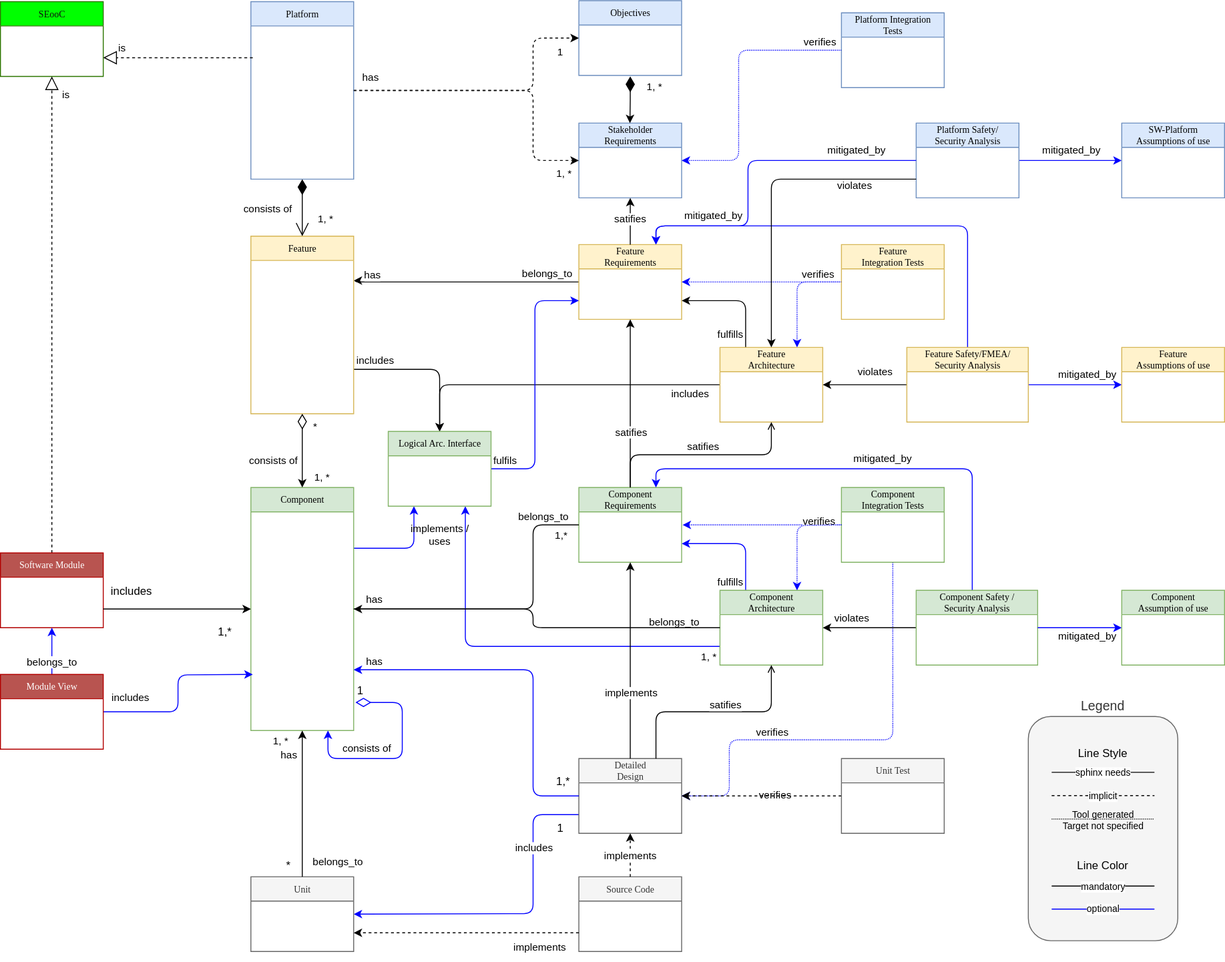
Before: pr-524/_images/score_building_blocks_meta_model.drawio.svg, a diagram exported from draw.io (eclipse-score/process_description). Source tidied: cells renumbered, new cells last; positions are measured from the earlier drawing's top-left corner, leaving out a move shared by most shapes.
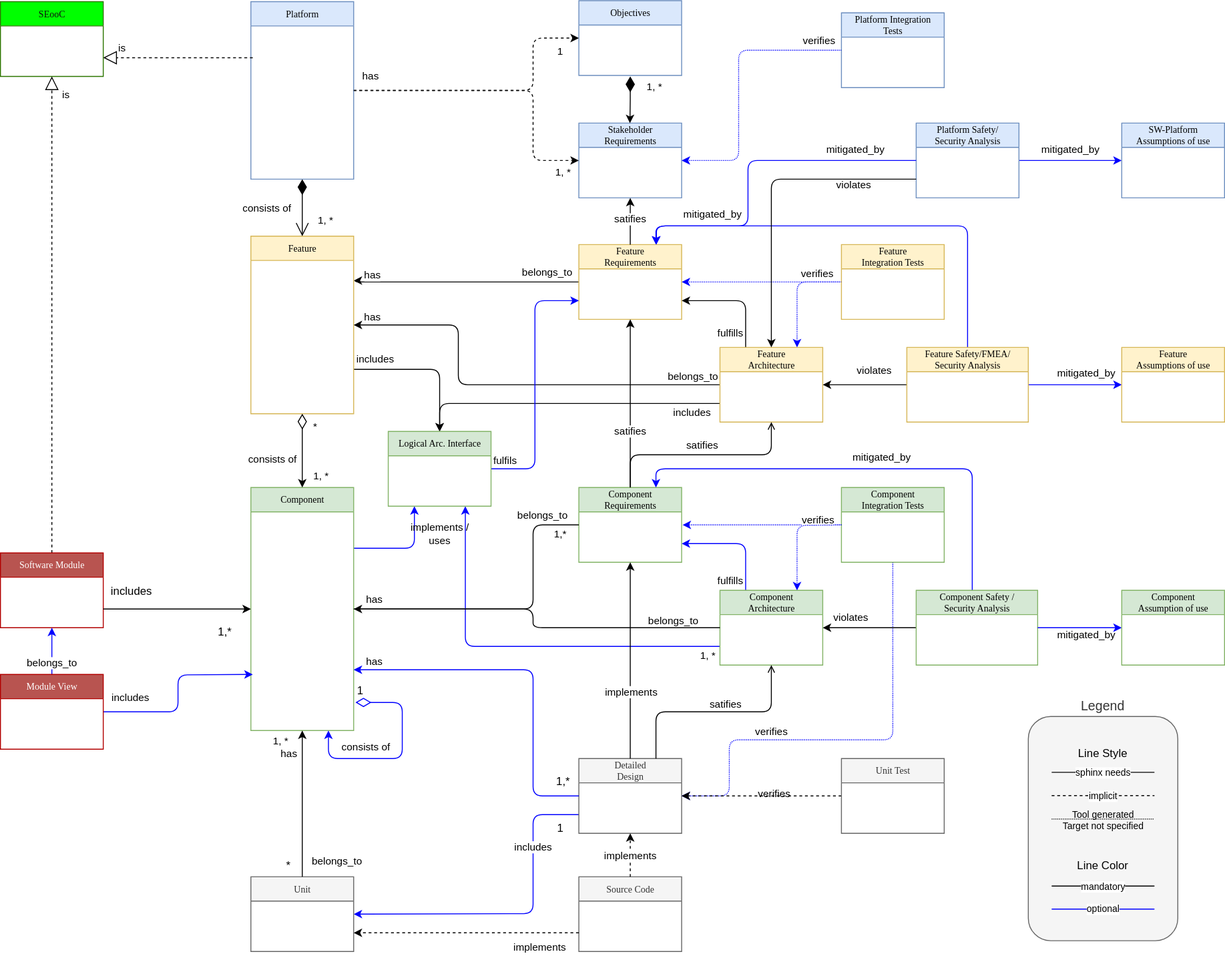
The same diagram one commit later.

Diff of the diagram source:
```diff
@@ -56,9 +56,25 @@
         <mxPoint x="-1" y="34" as="offset" />
       </mxGeometry>
     </mxCell>
-    <mxCell id="14" value="includes" style="edgeStyle=orthogonalEdgeStyle;html=1;exitX=0;exitY=0.5;exitDx=0;exitDy=0;entryX=0.5;entryY=0;entryDx=0;entryDy=0;" parent="1" edge="1" source="15" target="114">
+    <mxCell id="14" value="includes" style="edgeStyle=orthogonalEdgeStyle;html=1;exitX=0;exitY=0.75;exitDx=0;exitDy=0;entryX=0.5;entryY=0;entryDx=0;entryDy=0;" parent="1" edge="1" source="15" target="114">
       <mxGeometry x="-0.82" y="10" relative="1" as="geometry" />
     </mxCell>
+    <mxCell id="126" style="edgeStyle=orthogonalEdgeStyle;html=1;exitX=0;exitY=0.5;exitDx=0;exitDy=0;entryX=1;entryY=0.5;entryDx=0;entryDy=0;" parent="1" edge="1" source="15" target="6">
+      <mxGeometry relative="1" as="geometry">
+        <Array as="points">
+          <mxPoint x="490" y="411" />
+          <mxPoint x="490" y="347" />
+        </Array>
+      </mxGeometry>
+    </mxCell>
+    <mxCell id="127" value="has" style="edgeLabel;html=1;align=center;verticalAlign=bottom;" parent="126" vertex="1">
+      <mxGeometry x="0.92" relative="1" as="geometry" />
+    </mxCell>
+    <mxCell id="128" value="belongs_to" style="edgeLabel;html=1;align=center;verticalAlign=bottom;" parent="126" vertex="1">
+      <mxGeometry x="-0.9" y="-1" relative="1" as="geometry">
+        <mxPoint x="-7" as="offset" />
+      </mxGeometry>
+    </mxCell>
     <mxCell id="15" value="Feature&lt;br&gt;Architecture" style="swimlane;html=1;fontStyle=0;horizontal=1;startSize=26;fillColor=#fff2cc;swimlaneFillColor=#ffffff;rounded=0;shadow=0;comic=0;labelBackgroundColor=none;strokeWidth=1;fontFamily=Verdana;fontSize=10;align=center;strokeColor=#d6b656;" parent="1" vertex="1">
       <mxGeometry x="770" y="371" width="110" height="80" as="geometry" />
     </mxCell>
```
